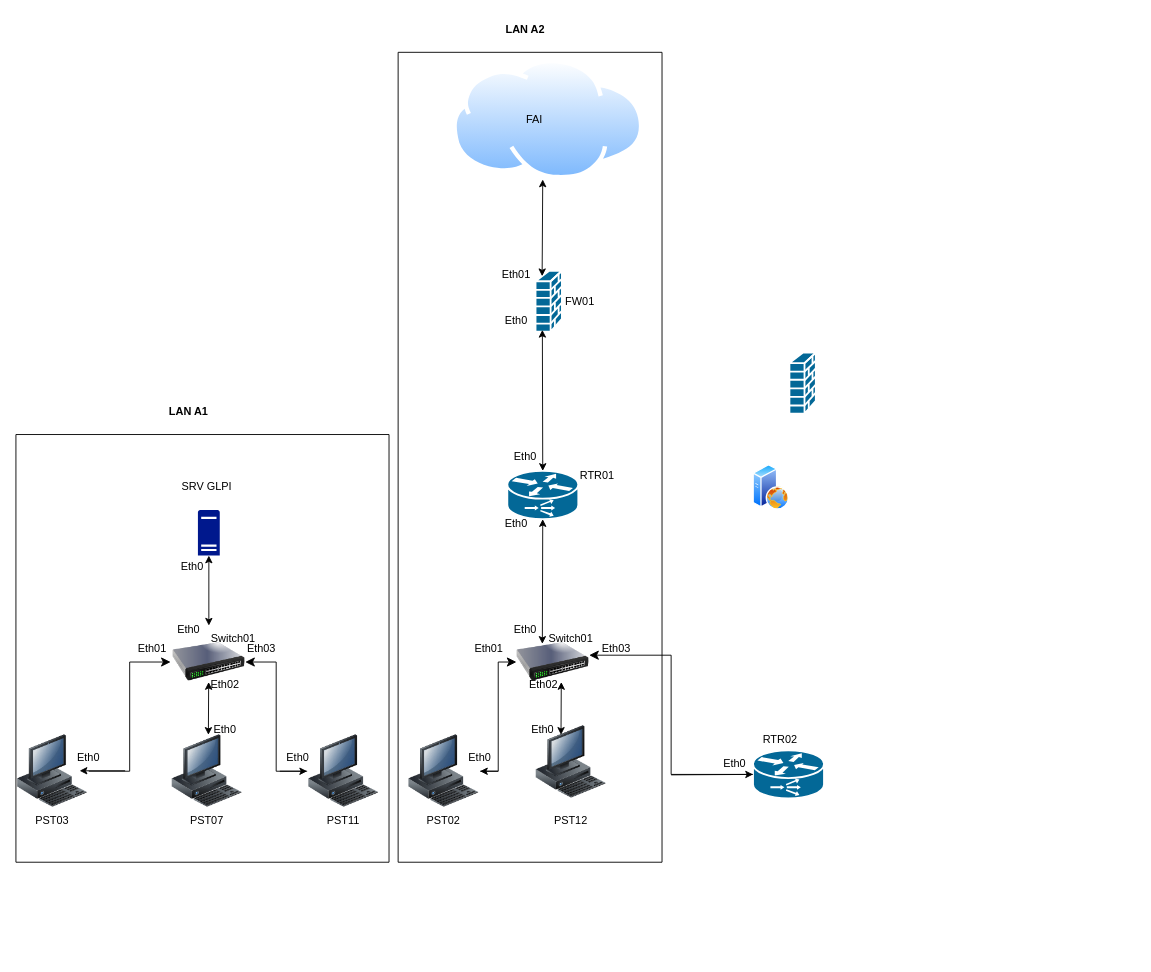
This is laboRéseaux.drawio from melanieBouchez/topologie, a draw.io file, before an edit. Source tidied: cells renumbered, new cells numbered last; positions are measured from the earlier drawing's top-left corner, leaving out a move shared by most shapes. Both pictures are drawn from the tidied source at 91%, with x=0, y=0 at pixel (15, 15).
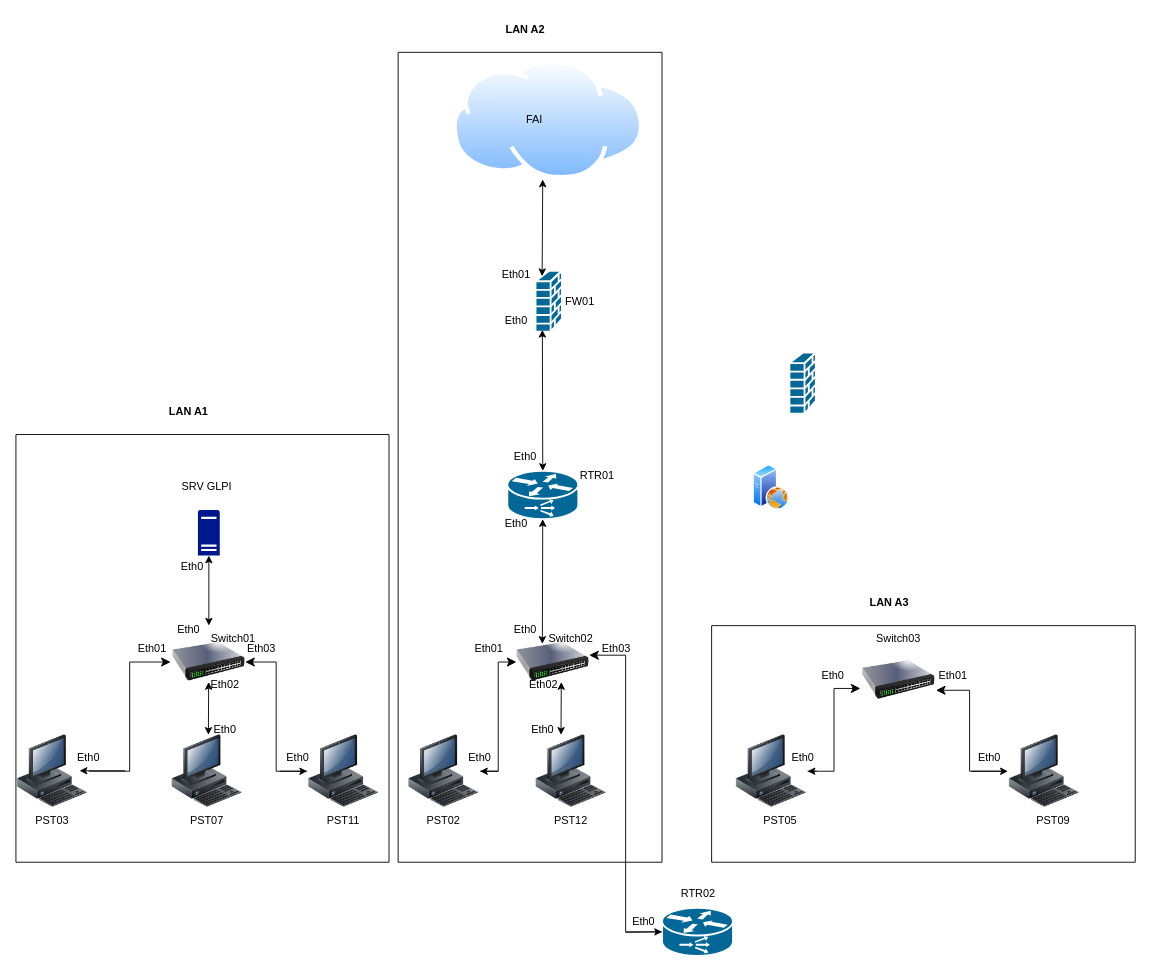
The same diagram, later.

The change refers to these unchanged cells:
```xml
<mxCell id="63" style="swimlane;startSize=0;" parent="1" vertex="1">
  <mxGeometry x="420" y="40" width="290" height="890" as="geometry" />
</mxCell>
```

The edit, as a diff of the source:
```diff
@@
     <mxCell id="3" style="shape=mxgraph.cisco.routers.content_service_router;sketch=0;html=1;dashed=0;fillColor=#036897;strokeColor=#ffffff;strokeWidth=2;verticalLabelPosition=bottom;verticalAlign=top;align=center;outlineConnect=0;" parent="1" vertex="1">
-      <mxGeometry x="810" y="807" width="78" height="53" as="geometry" />
+      <mxGeometry x="710" y="980" width="78" height="53" as="geometry" />
     </mxCell>
@@
     <mxCell id="8" value="RTR02" style="text;html=1;strokeColor=none;fillColor=none;align=center;verticalAlign=middle;whiteSpace=wrap;rounded=0;" parent="1" vertex="1">
-      <mxGeometry x="810" y="780" width="60" height="30" as="geometry" />
+      <mxGeometry x="720" y="950" width="60" height="30" as="geometry" />
     </mxCell>
@@
     <mxCell id="34" value="Eth0" style="text;html=1;strokeColor=none;fillColor=none;align=center;verticalAlign=middle;whiteSpace=wrap;rounded=0;" parent="1" vertex="1">
-      <mxGeometry x="760" y="807" width="60" height="30" as="geometry" />
+      <mxGeometry x="660" y="980" width="60" height="30" as="geometry" />
     </mxCell>
@@
-    <mxCell id="47" style="image;html=1;image=img/lib/clip_art/computers/Workstation_128x128.png;" parent="1" vertex="1">
-      <mxGeometry x="570" y="780" width="80" height="80" as="geometry" />
-    </mxCell>
@@
-    <mxCell id="51" value="Switch01" style="text;html=1;strokeColor=none;fillColor=none;align=center;verticalAlign=middle;whiteSpace=wrap;rounded=0;" parent="1" vertex="1">
+    <mxCell id="51" value="Switch02" style="text;html=1;strokeColor=none;fillColor=none;align=center;verticalAlign=middle;whiteSpace=wrap;rounded=0;" parent="1" vertex="1">
       <mxGeometry x="580" y="670" width="60" height="30" as="geometry" />
     </mxCell>
@@
     <mxCell id="62" style="endArrow=classic;html=1;rounded=0;entryX=0;entryY=0.5;entryDx=0;entryDy=0;entryPerimeter=0;" parent="1" edge="1" target="3">
       <mxGeometry relative="1" as="geometry">
-        <mxPoint x="720" y="834" as="sourcePoint" />
+        <mxPoint x="670" y="1007" as="sourcePoint" />
       </mxGeometry>
     </mxCell>
@@
+    <mxCell id="47" style="image;html=1;image=img/lib/clip_art/computers/Workstation_128x128.png;" parent="63" vertex="1">
+      <mxGeometry x="150" y="750" width="80" height="80" as="geometry" />
+    </mxCell>
@@
+    <mxCell id="65" style="image;html=1;image=img/lib/clip_art/computers/Workstation_128x128.png;" parent="1" vertex="1">
+      <mxGeometry x="1090" y="790" width="80" height="80" as="geometry" />
+    </mxCell>
+    <mxCell id="66" style="image;html=1;image=img/lib/clip_art/computers/Workstation_128x128.png;" parent="1" vertex="1">
+      <mxGeometry x="790" y="790" width="80" height="80" as="geometry" />
+    </mxCell>
+    <mxCell id="67" style="edgeStyle=elbowEdgeStyle;elbow=horizontal;endArrow=classic;html=1;curved=0;rounded=0;endSize=8;startSize=8;entryX=-0.025;entryY=0.613;entryDx=0;entryDy=0;entryPerimeter=0;" parent="1" edge="1" source="66" target="77">
+      <mxGeometry relative="1" as="geometry" />
+    </mxCell>
+    <mxCell id="68" style="endArrow=classic;html=1;rounded=0;entryX=1;entryY=0.5;entryDx=0;entryDy=0;" parent="1" edge="1" target="66">
+      <mxGeometry relative="1" as="geometry">
+        <mxPoint x="880" y="830" as="sourcePoint" />
+      </mxGeometry>
+    </mxCell>
+    <mxCell id="69" value="Eth0" style="text;html=1;strokeColor=none;fillColor=none;align=center;verticalAlign=middle;whiteSpace=wrap;rounded=0;" parent="1" vertex="1">
+      <mxGeometry x="1040" y="800" width="60" height="30" as="geometry" />
+    </mxCell>
+    <mxCell id="70" value="Eth0" style="text;html=1;strokeColor=none;fillColor=none;align=center;verticalAlign=middle;whiteSpace=wrap;rounded=0;" parent="1" vertex="1">
+      <mxGeometry x="834.5" y="800" width="60" height="30" as="geometry" />
+    </mxCell>
+    <mxCell id="71" value="Eth0" style="text;html=1;strokeColor=none;fillColor=none;align=center;verticalAlign=middle;whiteSpace=wrap;rounded=0;" parent="1" vertex="1">
+      <mxGeometry x="868" y="710" width="60" height="30" as="geometry" />
+    </mxCell>
+    <mxCell id="72" value="PST09" style="text;html=1;strokeColor=none;fillColor=none;align=center;verticalAlign=middle;whiteSpace=wrap;rounded=0;" parent="1" vertex="1">
+      <mxGeometry x="1110" y="870" width="60" height="30" as="geometry" />
+    </mxCell>
+    <mxCell id="73" value="PST05" style="text;html=1;strokeColor=none;fillColor=none;align=center;verticalAlign=middle;whiteSpace=wrap;rounded=0;" parent="1" vertex="1">
+      <mxGeometry x="810" y="870" width="60" height="30" as="geometry" />
+    </mxCell>
+    <mxCell id="74" style="edgeStyle=elbowEdgeStyle;elbow=horizontal;endArrow=classic;html=1;curved=0;rounded=0;endSize=8;startSize=8;exitX=-0.075;exitY=0.5;exitDx=0;exitDy=0;exitPerimeter=0;entryX=1.013;entryY=0.638;entryDx=0;entryDy=0;entryPerimeter=0;" parent="1" edge="1" source="65" target="77">
+      <mxGeometry relative="1" as="geometry" />
+    </mxCell>
+    <mxCell id="75" style="endArrow=classic;html=1;rounded=0;entryX=0;entryY=0.5;entryDx=0;entryDy=0;" parent="1" edge="1" target="65">
+      <mxGeometry relative="1" as="geometry">
+        <mxPoint x="1050" y="830" as="sourcePoint" />
+      </mxGeometry>
+    </mxCell>
+    <mxCell id="76" style="swimlane;startSize=0;" parent="1" vertex="1">
+      <mxGeometry x="764.5" y="670" width="465.5" height="260" as="geometry" />
+    </mxCell>
+    <mxCell id="77" style="image;html=1;image=img/lib/clip_art/networking/Switch_128x128.png;" parent="76" vertex="1">
+      <mxGeometry x="165.5" y="20" width="80" height="80" as="geometry" />
+    </mxCell>
+    <mxCell id="78" value="Eth01" style="text;html=1;strokeColor=none;fillColor=none;align=center;verticalAlign=middle;whiteSpace=wrap;rounded=0;" parent="76" vertex="1">
+      <mxGeometry x="235.5" y="40" width="60" height="30" as="geometry" />
+    </mxCell>
+    <mxCell id="79" value="Switch03" style="text;html=1;strokeColor=none;fillColor=none;align=center;verticalAlign=middle;whiteSpace=wrap;rounded=0;" parent="76" vertex="1">
+      <mxGeometry x="175.5" width="60" height="30" as="geometry" />
+    </mxCell>
+    <mxCell id="80" value="&lt;b&gt;LAN A3&lt;/b&gt;" style="text;html=1;strokeColor=none;fillColor=none;align=center;verticalAlign=middle;whiteSpace=wrap;rounded=0;" parent="1" vertex="1">
+      <mxGeometry x="930" y="630" width="60" height="30" as="geometry" />
+    </mxCell>
```
